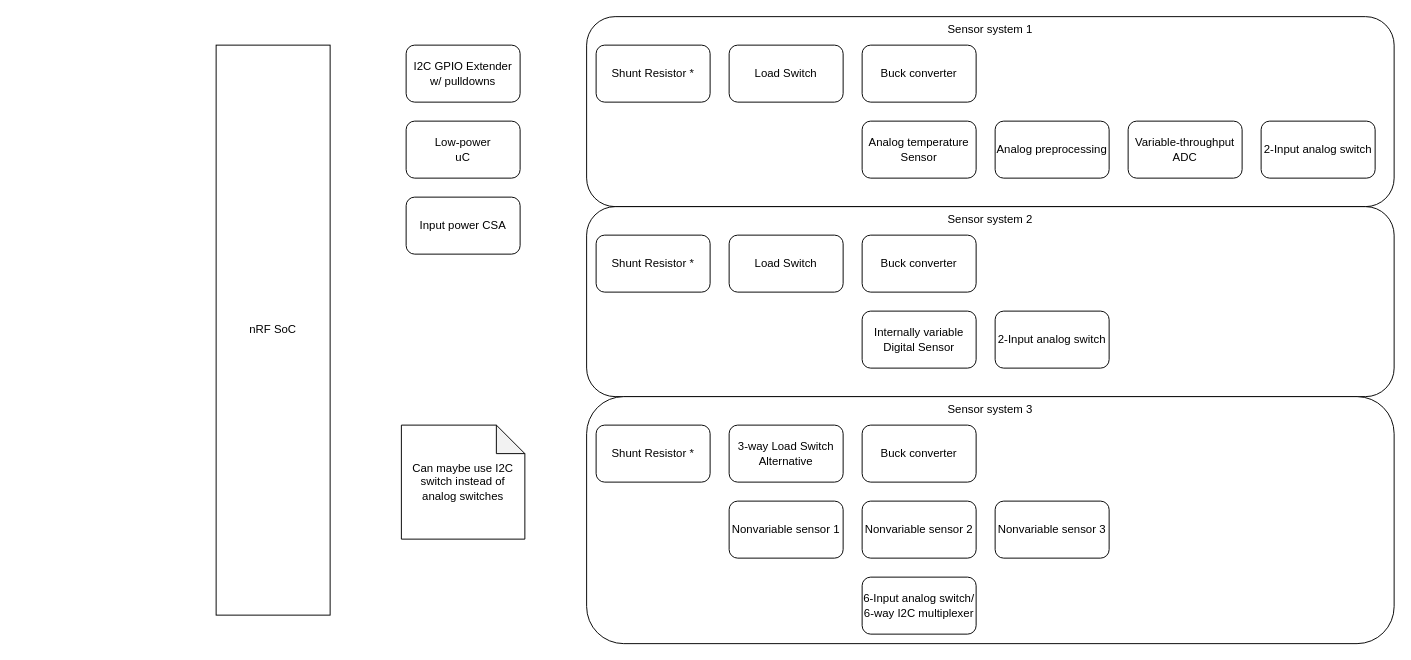
The draw.io diagram page "Initial Sensor System" (1 of 3) of Energy_harvester_iot/Diagrams/systemArchitecture.drawio in danielcarton/Masters, before the edit. Source tidied: cells renumbered, new cells numbered last; positions are measured from the earlier drawing's top-left corner, leaving out a move shared by most shapes. Both pictures are drawn from the tidied source at 95%, with x=0, y=0 at pixel (216, 16).
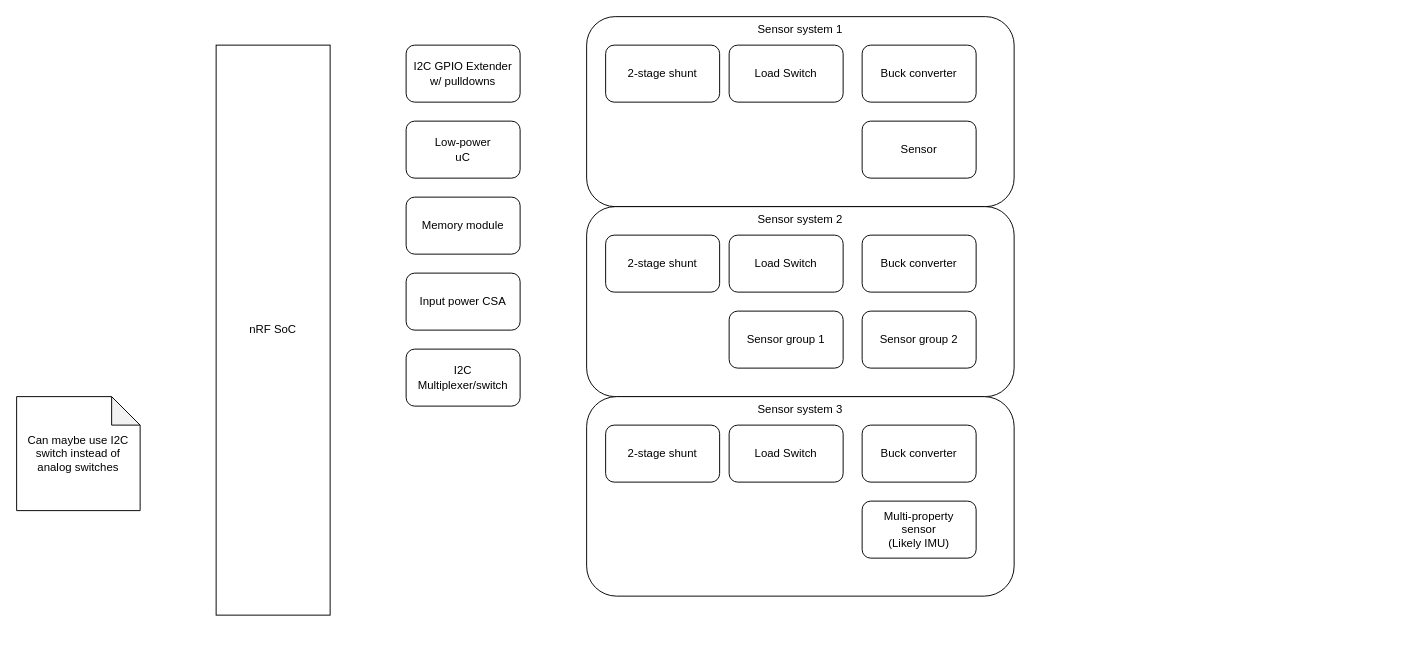
The same diagram, later.

Diff of the diagram source:
```diff
@@
     <mxCell id="2" value="Sensor system 1" style="rounded=1;whiteSpace=wrap;html=1;verticalAlign=top;" parent="1" vertex="1">
-      <mxGeometry x="390" width="850" height="200" as="geometry" />
+      <mxGeometry x="390" width="450" height="200" as="geometry" />
     </mxCell>
     <mxCell id="3" value="Sensor system 2" style="rounded=1;whiteSpace=wrap;html=1;verticalAlign=top;" parent="1" vertex="1">
-      <mxGeometry x="390" y="200" width="850" height="200" as="geometry" />
+      <mxGeometry x="390" y="200" width="450" height="200" as="geometry" />
     </mxCell>
     <mxCell id="4" value="Sensor system 3" style="rounded=1;whiteSpace=wrap;html=1;verticalAlign=top;" parent="1" vertex="1">
-      <mxGeometry x="390" y="400" width="850" height="260" as="geometry" />
+      <mxGeometry x="390" y="400" width="450" height="210" as="geometry" />
     </mxCell>
@@
-    <mxCell id="9" value="Shunt Resistor *" style="rounded=1;whiteSpace=wrap;html=1;" parent="5" vertex="1">
-      <mxGeometry x="400" y="30" width="120" height="60" as="geometry" />
+    <mxCell id="9" value="2-stage shunt" style="rounded=1;whiteSpace=wrap;html=1;" parent="5" vertex="1">
+      <mxGeometry x="410" y="230" width="120" height="60" as="geometry" />
     </mxCell>
-    <mxCell id="10" value="Analog temperature&lt;br&gt;Sensor" style="rounded=1;whiteSpace=wrap;html=1;" parent="5" vertex="1">
-      <mxGeometry x="680" y="110" width="120" height="60" as="geometry" />
-    </mxCell>
-    <mxCell id="11" value="Analog preprocessing" style="rounded=1;whiteSpace=wrap;html=1;" parent="5" vertex="1">
-      <mxGeometry x="820" y="110" width="120" height="60" as="geometry" />
-    </mxCell>
-    <mxCell id="12" value="Variable-throughput ADC" style="rounded=1;whiteSpace=wrap;html=1;" parent="5" vertex="1">
-      <mxGeometry x="960" y="110" width="120" height="60" as="geometry" />
-    </mxCell>
@@
-    <mxCell id="15" value="Shunt Resistor *" style="rounded=1;whiteSpace=wrap;html=1;" parent="5" vertex="1">
-      <mxGeometry x="400" y="230" width="120" height="60" as="geometry" />
-    </mxCell>
-    <mxCell id="16" value="Internally variable&lt;br&gt;Digital Sensor" style="rounded=1;whiteSpace=wrap;html=1;" parent="5" vertex="1">
-      <mxGeometry x="680" y="310" width="120" height="60" as="geometry" />
+    <mxCell id="16" value="Sensor group 1" style="rounded=1;whiteSpace=wrap;html=1;" parent="5" vertex="1">
+      <mxGeometry x="540" y="310" width="120" height="60" as="geometry" />
     </mxCell>
-    <mxCell id="17" value="3-way Load Switch&lt;br&gt;Alternative" style="rounded=1;whiteSpace=wrap;html=1;" parent="5" vertex="1">
+    <mxCell id="17" value="Load Switch" style="rounded=1;whiteSpace=wrap;html=1;" parent="5" vertex="1">
       <mxGeometry x="540" y="430" width="120" height="60" as="geometry" />
     </mxCell>
@@
-    <mxCell id="19" value="Shunt Resistor *" style="rounded=1;whiteSpace=wrap;html=1;" parent="5" vertex="1">
-      <mxGeometry x="400" y="430" width="120" height="60" as="geometry" />
-    </mxCell>
-    <mxCell id="20" value="Nonvariable sensor 2" style="rounded=1;whiteSpace=wrap;html=1;" parent="5" vertex="1">
+    <mxCell id="20" value="Multi-property &lt;br&gt;sensor&lt;br&gt;(Likely IMU)" style="rounded=1;whiteSpace=wrap;html=1;" parent="5" vertex="1">
       <mxGeometry x="680" y="510" width="120" height="60" as="geometry" />
     </mxCell>
-    <mxCell id="21" value="Nonvariable sensor 1" style="rounded=1;whiteSpace=wrap;html=1;" parent="5" vertex="1">
-      <mxGeometry x="540" y="510" width="120" height="60" as="geometry" />
-    </mxCell>
-    <mxCell id="22" value="Nonvariable sensor 3" style="rounded=1;whiteSpace=wrap;html=1;" parent="5" vertex="1">
-      <mxGeometry x="820" y="510" width="120" height="60" as="geometry" />
-    </mxCell>
@@
-    <mxCell id="24" value="2-Input analog switch" style="rounded=1;whiteSpace=wrap;html=1;" parent="5" vertex="1">
-      <mxGeometry x="1100" y="110" width="120" height="60" as="geometry" />
-    </mxCell>
-    <mxCell id="25" value="2-Input analog switch" style="rounded=1;whiteSpace=wrap;html=1;" parent="5" vertex="1">
-      <mxGeometry x="820" y="310" width="120" height="60" as="geometry" />
+    <mxCell id="25" value="Sensor group 2" style="rounded=1;whiteSpace=wrap;html=1;" parent="5" vertex="1">
+      <mxGeometry x="680" y="310" width="120" height="60" as="geometry" />
     </mxCell>
-    <mxCell id="26" value="6-Input analog switch/&lt;br&gt;6-way I2C multiplexer" style="rounded=1;whiteSpace=wrap;html=1;" parent="5" vertex="1">
-      <mxGeometry x="680" y="590" width="120" height="60" as="geometry" />
-    </mxCell>
     <mxCell id="27" value="Can maybe use I2C switch instead of analog switches" style="shape=note;whiteSpace=wrap;html=1;backgroundOutline=1;darkOpacity=0.05;" parent="5" vertex="1">
-      <mxGeometry x="195" y="430" width="130" height="120" as="geometry" />
+      <mxGeometry x="-210" y="400" width="130" height="120" as="geometry" />
     </mxCell>
@@
     <mxCell id="29" value="Input power CSA" style="rounded=1;whiteSpace=wrap;html=1;" parent="5" vertex="1">
-      <mxGeometry x="200" y="190" width="120" height="60" as="geometry" />
+      <mxGeometry x="200" y="270" width="120" height="60" as="geometry" />
     </mxCell>
+    <mxCell id="30" value="2-stage shunt" style="rounded=1;whiteSpace=wrap;html=1;" parent="5" vertex="1">
+      <mxGeometry x="410" y="30" width="120" height="60" as="geometry" />
+    </mxCell>
+    <mxCell id="31" value="2-stage shunt" style="rounded=1;whiteSpace=wrap;html=1;" parent="5" vertex="1">
+      <mxGeometry x="410" y="430" width="120" height="60" as="geometry" />
+    </mxCell>
+    <mxCell id="32" value="Memory module" style="rounded=1;whiteSpace=wrap;html=1;" parent="5" vertex="1">
+      <mxGeometry x="200" y="190" width="120" height="60" as="geometry" />
+    </mxCell>
+    <mxCell id="33" value="Sensor" style="rounded=1;whiteSpace=wrap;html=1;" parent="5" vertex="1">
+      <mxGeometry x="680" y="110" width="120" height="60" as="geometry" />
+    </mxCell>
+    <mxCell id="34" value="I2C &lt;br&gt;Multiplexer/switch" style="rounded=1;whiteSpace=wrap;html=1;" parent="5" vertex="1">
+      <mxGeometry x="200" y="350" width="120" height="60" as="geometry" />
+    </mxCell>
```
